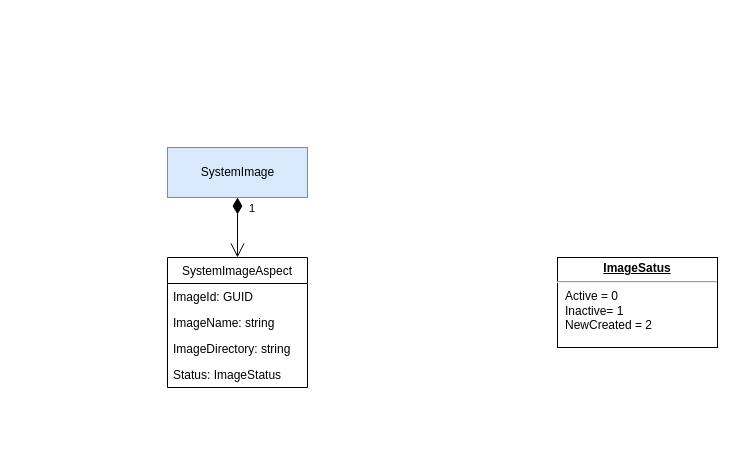
sdlfly2000/MindBridgeCampServer keeps this draw.io diagram as UML/Images.drawio. Above is the earlier version. Source tidied: cells renumbered, new cells numbered last; positions are measured from the earlier drawing's top-left corner, leaving out a move shared by most shapes. Both pictures are drawn from the tidied source at 100%, with x=0, y=0 at pixel (167, 147).
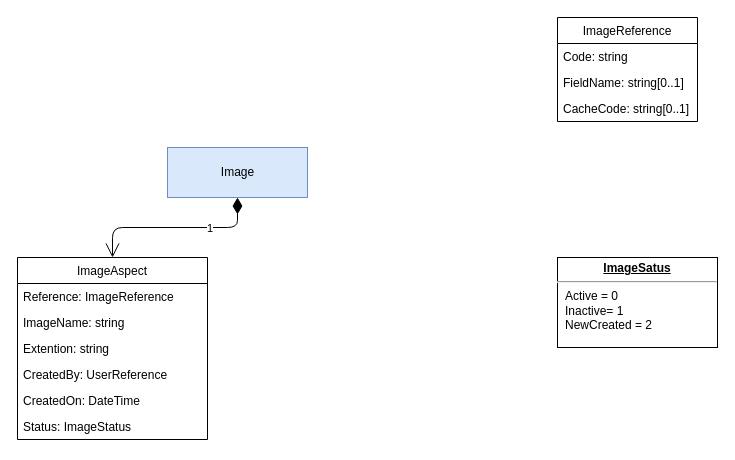
The same diagram, later.

The edit, as a diff of the source:
```diff
@@
 <mxGraphModel background="#ffffff">
   <root>
     <mxCell id="0" />
     <mxCell id="1" parent="0" />
-    <mxCell id="2" value="SystemImageAspect" style="swimlane;fontStyle=0;horizontal=1;startSize=26;fillColor=none;" parent="1" vertex="1">
-      <mxGeometry y="110" width="140" height="130" as="geometry" />
+    <mxCell id="2" value="ImageAspect" style="swimlane;fontStyle=0;horizontal=1;startSize=26;fillColor=none;" parent="1" vertex="1">
+      <mxGeometry x="-150" y="110" width="190" height="182" as="geometry" />
     </mxCell>
-    <mxCell id="3" value="ImageId: GUID" style="text;strokeColor=none;fillColor=none;align=left;verticalAlign=top;spacingLeft=4;spacingRight=4;overflow=hidden;" parent="2" vertex="1">
-      <mxGeometry y="26" width="140" height="26" as="geometry" />
+    <mxCell id="3" value="Reference: ImageReference" style="text;strokeColor=none;fillColor=none;align=left;verticalAlign=top;spacingLeft=4;spacingRight=4;overflow=hidden;" parent="2" vertex="1">
+      <mxGeometry y="26" width="190" height="26" as="geometry" />
     </mxCell>
     <mxCell id="4" value="ImageName: string" style="text;strokeColor=none;fillColor=none;align=left;verticalAlign=top;spacingLeft=4;spacingRight=4;overflow=hidden;" parent="2" vertex="1">
-      <mxGeometry y="52" width="140" height="26" as="geometry" />
+      <mxGeometry y="52" width="190" height="26" as="geometry" />
     </mxCell>
-    <mxCell id="5" value="ImageDirectory: string" style="text;strokeColor=none;fillColor=none;align=left;verticalAlign=top;spacingLeft=4;spacingRight=4;overflow=hidden;" parent="2" vertex="1">
-      <mxGeometry y="78" width="140" height="26" as="geometry" />
-    </mxCell>
+    <mxCell id="10" value="Extention: string" style="text;strokeColor=none;fillColor=none;align=left;verticalAlign=top;spacingLeft=4;spacingRight=4;overflow=hidden;" parent="2" vertex="1">
+      <mxGeometry y="78" width="190" height="26" as="geometry" />
+    </mxCell>
+    <mxCell id="11" value="CreatedBy: UserReference" style="text;strokeColor=none;fillColor=none;align=left;verticalAlign=top;spacingLeft=4;spacingRight=4;overflow=hidden;" parent="2" vertex="1">
+      <mxGeometry y="104" width="190" height="26" as="geometry" />
+    </mxCell>
+    <mxCell id="12" value="CreatedOn: DateTime" style="text;strokeColor=none;fillColor=none;align=left;verticalAlign=top;spacingLeft=4;spacingRight=4;overflow=hidden;" parent="2" vertex="1">
+      <mxGeometry y="130" width="190" height="26" as="geometry" />
+    </mxCell>
     <mxCell id="6" value="Status: ImageStatus" style="text;strokeColor=none;fillColor=none;align=left;verticalAlign=top;spacingLeft=4;spacingRight=4;overflow=hidden;" parent="2" vertex="1">
-      <mxGeometry y="104" width="140" height="26" as="geometry" />
+      <mxGeometry y="156" width="190" height="26" as="geometry" />
     </mxCell>
     <mxCell id="7" value="&lt;p style=&quot;margin: 0px ; margin-top: 4px ; text-align: center ; text-decoration: underline&quot;&gt;&lt;b&gt;ImageSatus&lt;/b&gt;&lt;/p&gt;&lt;hr&gt;&lt;p style=&quot;margin: 0px ; margin-left: 8px&quot;&gt;Active = 0&lt;br&gt;Inactive= 1&lt;br&gt;NewCreated = 2&lt;/p&gt;" style="verticalAlign=top;align=left;overflow=fill;fontSize=12;fontFamily=Helvetica;html=1;" parent="1" vertex="1">
       <mxGeometry x="390" y="110" width="160" height="90" as="geometry" />
     </mxCell>
-    <mxCell id="8" value="SystemImage" style="html=1;fillColor=#dae8fc;strokeColor=#6c8ebf;" parent="1" vertex="1">
+    <mxCell id="8" value="Image" style="html=1;fillColor=#dae8fc;strokeColor=#6c8ebf;" parent="1" vertex="1">
       <mxGeometry width="140" height="50" as="geometry" />
     </mxCell>
     <mxCell id="9" value="1" style="endArrow=open;html=1;endSize=12;startArrow=diamondThin;startSize=14;startFill=1;edgeStyle=orthogonalEdgeStyle;align=left;verticalAlign=bottom;" parent="1" edge="1" source="8" target="2">
       <mxGeometry x="-0.33" y="10" relative="1" as="geometry" />
     </mxCell>
+    <mxCell id="13" value="ImageReference" style="swimlane;fontStyle=0;horizontal=1;startSize=26;fillColor=none;" parent="1" vertex="1">
+      <mxGeometry x="390" y="-130" width="140" height="104" as="geometry" />
+    </mxCell>
+    <mxCell id="14" value="Code: string" style="text;strokeColor=none;fillColor=none;align=left;verticalAlign=top;spacingLeft=4;spacingRight=4;overflow=hidden;" parent="13" vertex="1">
+      <mxGeometry y="26" width="140" height="26" as="geometry" />
+    </mxCell>
+    <mxCell id="15" value="FieldName: string[0..1]" style="text;strokeColor=none;fillColor=none;align=left;verticalAlign=top;spacingLeft=4;spacingRight=4;overflow=hidden;" parent="13" vertex="1">
+      <mxGeometry y="52" width="140" height="26" as="geometry" />
+    </mxCell>
+    <mxCell id="16" value="CacheCode: string[0..1]" style="text;strokeColor=none;fillColor=none;align=left;verticalAlign=top;spacingLeft=4;spacingRight=4;overflow=hidden;" parent="13" vertex="1">
+      <mxGeometry y="78" width="140" height="26" as="geometry" />
+    </mxCell>
   </root>
 </mxGraphModel>
```
